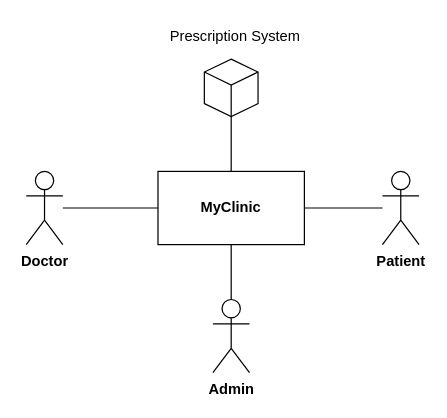
RafaelCMira/myclinic-msp-project keeps this draw.io diagram as Diagrams/Context/Context.drawio. Above is the earlier version. Source tidied: cells renumbered, new cells numbered last; positions are measured from the earlier drawing's top-left corner, leaving out a move shared by most shapes. Both pictures are drawn from the tidied source at 122%, with x=0, y=0 at pixel (26, 21).
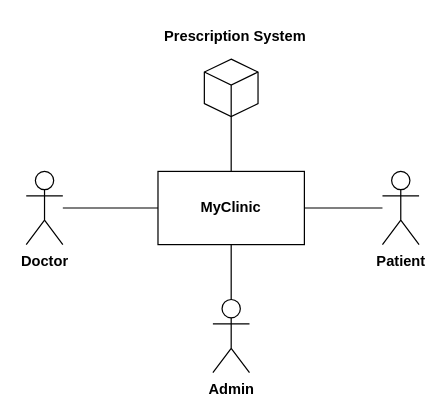
After the change.

Change to the diagram source:
```diff
@@
 <mxGraphModel>
   <root>
     <mxCell id="0" />
     <mxCell id="1" parent="0" />
     <mxCell id="2" value="&lt;b&gt;MyClinic&lt;/b&gt;" style="rounded=0;whiteSpace=wrap;html=1;" parent="1" vertex="1">
       <mxGeometry x="108" y="123" width="120" height="60" as="geometry" />
     </mxCell>
     <mxCell id="3" style="rounded=0;jettySize=auto;html=1;endArrow=none;endFill=0;" parent="1" edge="1" source="4" target="2">
       <mxGeometry relative="1" as="geometry" />
     </mxCell>
     <mxCell id="4" value="&lt;b&gt;Doctor&lt;/b&gt;" style="shape=umlActor;verticalLabelPosition=bottom;verticalAlign=top;html=1;outlineConnect=0;" parent="1" vertex="1">
       <mxGeometry y="123" width="30" height="60" as="geometry" />
     </mxCell>
     <mxCell id="5" style="rounded=0;jettySize=auto;html=1;endArrow=none;endFill=0;" parent="1" edge="1" source="6" target="2">
       <mxGeometry relative="1" as="geometry" />
     </mxCell>
     <mxCell id="6" value="&lt;b&gt;Patient&lt;/b&gt;" style="shape=umlActor;verticalLabelPosition=bottom;verticalAlign=top;html=1;outlineConnect=0;" parent="1" vertex="1">
       <mxGeometry x="292" y="123" width="30" height="60" as="geometry" />
     </mxCell>
     <mxCell id="7" value="&lt;b&gt;Admin&lt;/b&gt;" style="shape=umlActor;verticalLabelPosition=bottom;verticalAlign=top;html=1;outlineConnect=0;" parent="1" vertex="1">
       <mxGeometry x="153" y="228" width="30" height="60" as="geometry" />
     </mxCell>
     <mxCell id="8" style="rounded=0;jettySize=auto;html=1;endArrow=none;endFill=0;" parent="1" edge="1" source="7" target="2">
       <mxGeometry relative="1" as="geometry" />
     </mxCell>
     <mxCell id="9" style="rounded=0;jettySize=auto;html=1;endArrow=none;endFill=0;" parent="1" edge="1" source="2" target="12">
       <mxGeometry relative="1" as="geometry" />
     </mxCell>
     <mxCell id="10" style="group;" parent="1" vertex="1">
-      <mxGeometry x="108" width="125" height="78" as="geometry" />
+      <mxGeometry x="108" width="130" height="78" as="geometry" />
     </mxCell>
-    <mxCell id="11" value="Prescription System" style="text;html=1;align=center;verticalAlign=middle;strokeColor=none;fillColor=none;" parent="10" vertex="1">
-      <mxGeometry width="125" height="26" as="geometry" />
+    <mxCell id="11" value="&lt;b&gt;Prescription System&lt;/b&gt;" style="text;html=1;align=center;verticalAlign=middle;strokeColor=none;fillColor=none;" parent="10" vertex="1">
+      <mxGeometry x="-4" width="134" height="26" as="geometry" />
     </mxCell>
     <mxCell id="12" style="html=1;whiteSpace=wrap;shape=isoCube2;backgroundOutline=1;isoAngle=15;" parent="10" vertex="1">
       <mxGeometry x="38" y="31" width="44" height="47" as="geometry" />
     </mxCell>
   </root>
 </mxGraphModel>
```
